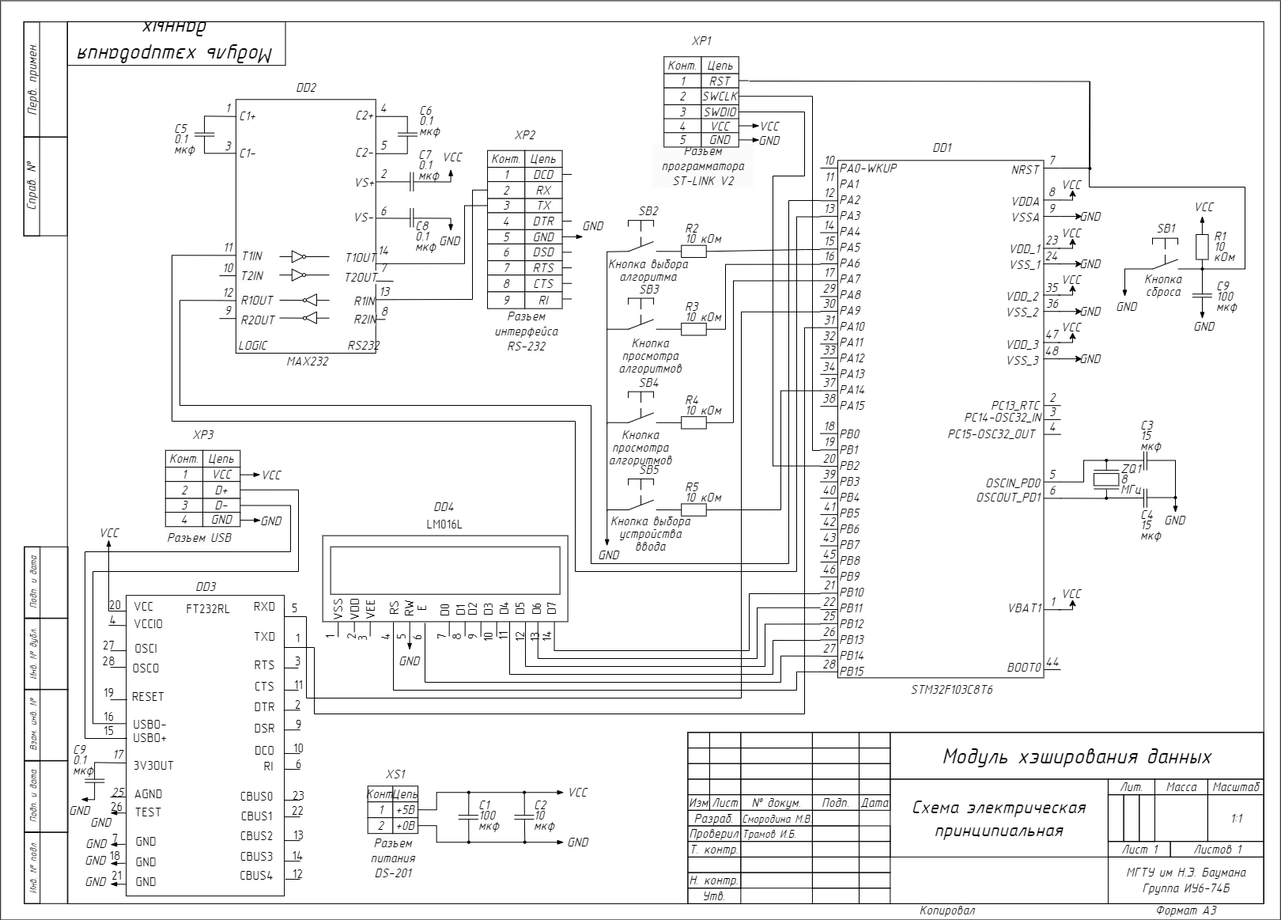
The draw.io diagram kursach_princ.drawio.png in nishoni/SmorodinaMV.ICS6-74B.2023, before a commit. Source tidied: cells renumbered, new cells last; positions are measured from the earlier drawing's top-left corner, leaving out a move shared by most shapes.
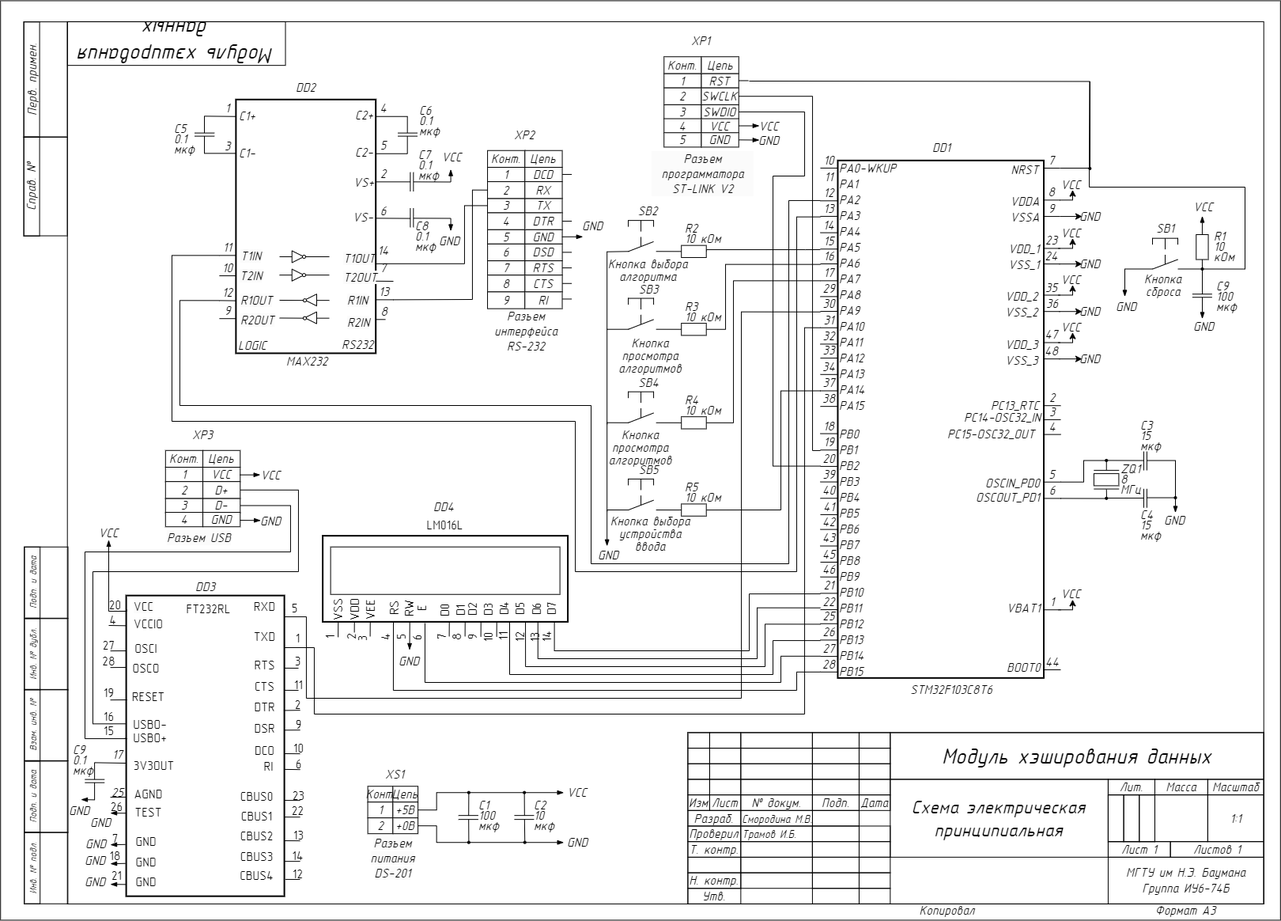
After the commit.

Commit message:
Еще немного исправлений по принципиальной

Change to the diagram source:
```diff
@@ -8,10 +8,10 @@
     <mxCell id="3" style="rounded=0;whiteSpace=wrap;html=1;strokeWidth=1;fillColor=none;strokeColor=#000000;fontStyle=2;" parent="1" vertex="1">
       <mxGeometry x="117.7" y="26.9" width="1513" height="1115" as="geometry" />
     </mxCell>
-    <mxCell id="4" style="rounded=0;whiteSpace=wrap;html=1;fillColor=none;fontFamily=Gost Type B;fontSource=https%3A%2F%2Ffonts.googleapis.com%2Fcss%3Ffamily%3DGost%2BType%2BB;fontSize=16;" parent="1" vertex="1">
+    <mxCell id="4" style="rounded=0;whiteSpace=wrap;html=1;fillColor=none;fontFamily=Gost Type B;fontSource=https%3A%2F%2Ffonts.googleapis.com%2Fcss%3Ffamily%3DGost%2BType%2BB;fontSize=16;strokeWidth=2;" parent="1" vertex="1">
       <mxGeometry x="192.1" y="752.2" width="200" height="380" as="geometry" />
     </mxCell>
-    <mxCell id="5" style="rounded=0;whiteSpace=wrap;html=1;fillColor=none;fontSize=16;fontFamily=Gost Type B;fontSource=https%3A%2F%2Ffonts.googleapis.com%2Fcss%3Ffamily%3DGost%2BType%2BB;" parent="1" vertex="1">
+    <mxCell id="5" style="rounded=0;whiteSpace=wrap;html=1;fillColor=none;fontSize=16;fontFamily=Gost Type B;fontSource=https%3A%2F%2Ffonts.googleapis.com%2Fcss%3Ffamily%3DGost%2BType%2BB;strokeWidth=2;" parent="1" vertex="1">
       <mxGeometry x="440.6" y="676.6" width="310" height="108.8" as="geometry" />
     </mxCell>
     <mxCell id="6" style="rounded=0;whiteSpace=wrap;html=1;strokeWidth=1;fillColor=none;fontFamily=Gost Type B;strokeColor=#000000;fontStyle=2;fontSource=https%3A%2F%2Ffonts.googleapis.com%2Fcss%3Ffamily%3DGost%2BType%2BB;fontSize=16;" parent="1" vertex="1">
@@ -490,7 +490,7 @@
     <mxCell id="141" value="&lt;font style=&quot;font-size: 16px;&quot;&gt;&lt;i style=&quot;font-size: 16px;&quot;&gt;GND&lt;/i&gt;&lt;/font&gt;" style="text;html=1;strokeColor=none;fillColor=none;align=center;verticalAlign=middle;whiteSpace=wrap;rounded=0;fontFamily=Gost Type B;fontSource=https%3A%2F%2Ffonts.googleapis.com%2Fcss%3Ffamily%3DGost%2BType%2BB;fontSize=16;" parent="1" vertex="1">
       <mxGeometry x="790" y="693.2" width="23.9" height="15.1" as="geometry" />
     </mxCell>
-    <mxCell id="142" style="rounded=0;whiteSpace=wrap;html=1;fontFamily=Gost Type B;fontSource=https%3A%2F%2Ffonts.googleapis.com%2Fcss%3Ffamily%3DGost%2BType%2BB;fontSize=16;" parent="1" vertex="1">
+    <mxCell id="142" style="rounded=0;whiteSpace=wrap;html=1;fontFamily=Gost Type B;fontSource=https%3A%2F%2Ffonts.googleapis.com%2Fcss%3Ffamily%3DGost%2BType%2BB;fontSize=16;strokeWidth=2;" parent="1" vertex="1">
       <mxGeometry x="330.9" y="125.3" width="176.8" height="320.7" as="geometry" />
     </mxCell>
     <mxCell id="143" style="endArrow=none;html=1;rounded=0;fontFamily=Gost Type B;fontSource=https%3A%2F%2Ffonts.googleapis.com%2Fcss%3Ffamily%3DGost%2BType%2BB;fontSize=16;" parent="1" edge="1">
@@ -540,16 +540,16 @@
       <mxGeometry x="334.8" y="387.9" width="35.4" height="35.4" as="geometry" />
     </mxCell>
     <mxCell id="155" value="&lt;span style=&quot;color: rgb(0, 0, 0); font-size: 16px; font-style: italic; font-variant-ligatures: normal; font-variant-caps: normal; font-weight: 400; letter-spacing: normal; orphans: 2; text-align: center; text-indent: 0px; text-transform: none; widows: 2; word-spacing: 0px; -webkit-text-stroke-width: 0px; background-color: rgb(251, 251, 251); text-decoration-thickness: initial; text-decoration-style: initial; text-decoration-color: initial; float: none; display: inline !important;&quot;&gt;T1OUT&lt;/span&gt;" style="text;whiteSpace=wrap;html=1;fontSize=16;fontFamily=Gost Type B;fontSource=https%3A%2F%2Ffonts.googleapis.com%2Fcss%3Ffamily%3DGost%2BType%2BB;" parent="1" vertex="1">
-      <mxGeometry x="465.7" y="309.2" width="35.4" height="35.4" as="geometry" />
+      <mxGeometry x="465.4" y="309.7" width="35.4" height="35.4" as="geometry" />
     </mxCell>
     <mxCell id="156" value="&lt;span style=&quot;color: rgb(0, 0, 0); font-size: 16px; font-style: italic; font-variant-ligatures: normal; font-variant-caps: normal; font-weight: 400; letter-spacing: normal; orphans: 2; text-align: center; text-indent: 0px; text-transform: none; widows: 2; word-spacing: 0px; -webkit-text-stroke-width: 0px; background-color: rgb(251, 251, 251); text-decoration-thickness: initial; text-decoration-style: initial; text-decoration-color: initial; float: none; display: inline !important;&quot;&gt;T2OUT&lt;/span&gt;" style="text;whiteSpace=wrap;html=1;fontSize=16;fontFamily=Gost Type B;fontSource=https%3A%2F%2Ffonts.googleapis.com%2Fcss%3Ffamily%3DGost%2BType%2BB;" parent="1" vertex="1">
       <mxGeometry x="465.4" y="334.4" width="35.4" height="35.4" as="geometry" />
     </mxCell>
     <mxCell id="157" value="&lt;span style=&quot;color: rgb(0, 0, 0); font-size: 16px; font-style: italic; font-variant-ligatures: normal; font-variant-caps: normal; font-weight: 400; letter-spacing: normal; orphans: 2; text-align: center; text-indent: 0px; text-transform: none; widows: 2; word-spacing: 0px; -webkit-text-stroke-width: 0px; background-color: rgb(251, 251, 251); text-decoration-thickness: initial; text-decoration-style: initial; text-decoration-color: initial; float: none; display: inline !important;&quot;&gt;R1IN&lt;/span&gt;" style="text;whiteSpace=wrap;html=1;fontSize=16;fontFamily=Gost Type B;fontSource=https%3A%2F%2Ffonts.googleapis.com%2Fcss%3Ffamily%3DGost%2BType%2BB;" parent="1" vertex="1">
-      <mxGeometry x="477.5" y="363.9" width="35.4" height="35.4" as="geometry" />
+      <mxGeometry x="469.7" y="362.6" width="35.4" height="35.4" as="geometry" />
     </mxCell>
     <mxCell id="158" value="&lt;span style=&quot;color: rgb(0, 0, 0); font-size: 16px; font-style: italic; font-variant-ligatures: normal; font-variant-caps: normal; font-weight: 400; letter-spacing: normal; orphans: 2; text-align: center; text-indent: 0px; text-transform: none; widows: 2; word-spacing: 0px; -webkit-text-stroke-width: 0px; background-color: rgb(251, 251, 251); text-decoration-thickness: initial; text-decoration-style: initial; text-decoration-color: initial; float: none; display: inline !important;&quot;&gt;R2IN&lt;/span&gt;" style="text;whiteSpace=wrap;html=1;fontSize=16;fontFamily=Gost Type B;fontSource=https%3A%2F%2Ffonts.googleapis.com%2Fcss%3Ffamily%3DGost%2BType%2BB;" parent="1" vertex="1">
-      <mxGeometry x="477.5" y="386.9" width="35.4" height="35.4" as="geometry" />
+      <mxGeometry x="469.7" y="390.9" width="35.4" height="35.4" as="geometry" />
     </mxCell>
     <mxCell id="159" value="&lt;div style=&quot;text-align: center; font-size: 16px;&quot;&gt;&lt;span style=&quot;background-color: initial; font-size: 16px;&quot;&gt;&lt;font style=&quot;font-size: 16px;&quot;&gt;&lt;i style=&quot;font-size: 16px;&quot;&gt;VS-&lt;/i&gt;&lt;/font&gt;&lt;/span&gt;&lt;/div&gt;" style="text;whiteSpace=wrap;html=1;fontSize=16;fontFamily=Gost Type B;fontSource=https%3A%2F%2Ffonts.googleapis.com%2Fcss%3Ffamily%3DGost%2BType%2BB;" parent="1" vertex="1">
       <mxGeometry x="476.6" y="258.1" width="31.5" height="28.7" as="geometry" />
@@ -677,7 +677,7 @@
       </mxGeometry>
     </mxCell>
     <mxCell id="181" value="&lt;div style=&quot;text-align: center; font-size: 16px;&quot;&gt;&lt;span style=&quot;background-color: initial; font-size: 16px;&quot;&gt;&lt;font style=&quot;font-size: 16px;&quot;&gt;&lt;i style=&quot;font-size: 16px;&quot;&gt;RS232&lt;/i&gt;&lt;/font&gt;&lt;/span&gt;&lt;/div&gt;" style="text;whiteSpace=wrap;html=1;verticalAlign=middle;fontFamily=Gost Type B;fontSource=https%3A%2F%2Ffonts.googleapis.com%2Fcss%3Ffamily%3DGost%2BType%2BB;fontSize=16;" parent="1" vertex="1">
-      <mxGeometry x="469.7" y="426.3" width="35.4" height="19.6" as="geometry" />
+      <mxGeometry x="462.9" y="425.2" width="35.4" height="19.6" as="geometry" />
     </mxCell>
     <mxCell id="182" value="&lt;div style=&quot;text-align: center; font-size: 16px;&quot;&gt;&lt;span style=&quot;background-color: initial; font-size: 16px;&quot;&gt;&lt;font style=&quot;font-size: 16px;&quot;&gt;&lt;i style=&quot;font-size: 16px;&quot;&gt;MAX232&lt;/i&gt;&lt;/font&gt;&lt;/span&gt;&lt;/div&gt;" style="text;whiteSpace=wrap;html=1;verticalAlign=middle;fontFamily=Gost Type B;fontSource=https%3A%2F%2Ffonts.googleapis.com%2Fcss%3Ffamily%3DGost%2BType%2BB;fontSize=16;" parent="1" vertex="1">
       <mxGeometry x="393.4" y="446" width="47.2" height="19.7" as="geometry" />
@@ -1001,7 +1001,7 @@
     <mxCell id="254" value="&lt;font style=&quot;font-size: 16px;&quot;&gt;&lt;i style=&quot;font-size: 16px;&quot;&gt;VCC&lt;/i&gt;&lt;/font&gt;" style="text;html=1;strokeColor=none;fillColor=none;align=center;verticalAlign=middle;whiteSpace=wrap;rounded=0;fontFamily=Gost Type B;fontSource=https%3A%2F%2Ffonts.googleapis.com%2Fcss%3Ffamily%3DGost%2BType%2BB;fontSize=16;" parent="1" vertex="1">
       <mxGeometry x="1375.1" y="742.6" width="23.8" height="15.6" as="geometry" />
     </mxCell>
-    <mxCell id="255" style="rounded=0;whiteSpace=wrap;html=1;fillColor=none;fontFamily=Gost Type B;fontSource=https%3A%2F%2Ffonts.googleapis.com%2Fcss%3Ffamily%3DGost%2BType%2BB;fontSize=16;" parent="1" vertex="1">
+    <mxCell id="255" style="rounded=0;whiteSpace=wrap;html=1;fillColor=none;fontFamily=Gost Type B;fontSource=https%3A%2F%2Ffonts.googleapis.com%2Fcss%3Ffamily%3DGost%2BType%2BB;fontSize=16;strokeWidth=2;" parent="1" vertex="1">
       <mxGeometry x="1092" y="202.3" width="260.5" height="654" as="geometry" />
     </mxCell>
     <mxCell id="256" value="&lt;font style=&quot;font-size: 16px;&quot;&gt;&lt;i style=&quot;font-size: 16px;&quot;&gt;PA0-WKUP&lt;/i&gt;&lt;/font&gt;" style="text;html=1;strokeColor=none;fillColor=none;align=left;verticalAlign=middle;whiteSpace=wrap;rounded=0;fontFamily=Gost Type B;fontSource=https%3A%2F%2Ffonts.googleapis.com%2Fcss%3Ffamily%3DGost%2BType%2BB;fontSize=16;" parent="1" vertex="1">
@@ -1871,7 +1871,7 @@
       <mxGeometry x="896.7" y="608.3" width="53.3" height="27.6" as="geometry" />
     </mxCell>
     <mxCell id="480" value="&lt;div style=&quot;border-color: var(--border-color); color: rgb(0, 0, 0); font-size: 16px; font-style: italic; font-variant-ligatures: normal; font-variant-caps: normal; font-weight: 400; letter-spacing: normal; orphans: 2; text-indent: 0px; text-transform: none; widows: 2; word-spacing: 0px; -webkit-text-stroke-width: 0px; background-color: rgb(251, 251, 251); text-decoration-thickness: initial; text-decoration-style: initial; text-decoration-color: initial; text-align: center;&quot;&gt;&lt;font style=&quot;border-color: var(--border-color); font-size: 16px;&quot;&gt;Разъем программатора&lt;br style=&quot;font-size: 16px;&quot;&gt;ST-LINK V2&lt;/font&gt;&lt;/div&gt;" style="text;whiteSpace=wrap;html=1;verticalAlign=middle;fontFamily=Gost Type B;fontSource=https%3A%2F%2Ffonts.googleapis.com%2Fcss%3Ffamily%3DGost%2BType%2BB;fontSize=16;" parent="1" vertex="1">
-      <mxGeometry x="854.5" y="189.3" width="130.9" height="39.4" as="geometry" />
+      <mxGeometry x="854.8" y="199" width="130.9" height="39.4" as="geometry" />
     </mxCell>
     <mxCell id="481" value="&lt;font style=&quot;font-size: 16px;&quot;&gt;&lt;i style=&quot;font-size: 16px;&quot;&gt;1&lt;/i&gt;&lt;/font&gt;" style="rounded=0;whiteSpace=wrap;html=1;fontSize=16;fontFamily=Gost Type B;fontSource=https%3A%2F%2Ffonts.googleapis.com%2Fcss%3Ffamily%3DGost%2BType%2BB;" parent="1" vertex="1">
       <mxGeometry x="872.2" y="92.5" width="47.2" height="18.1" as="geometry" />
```
